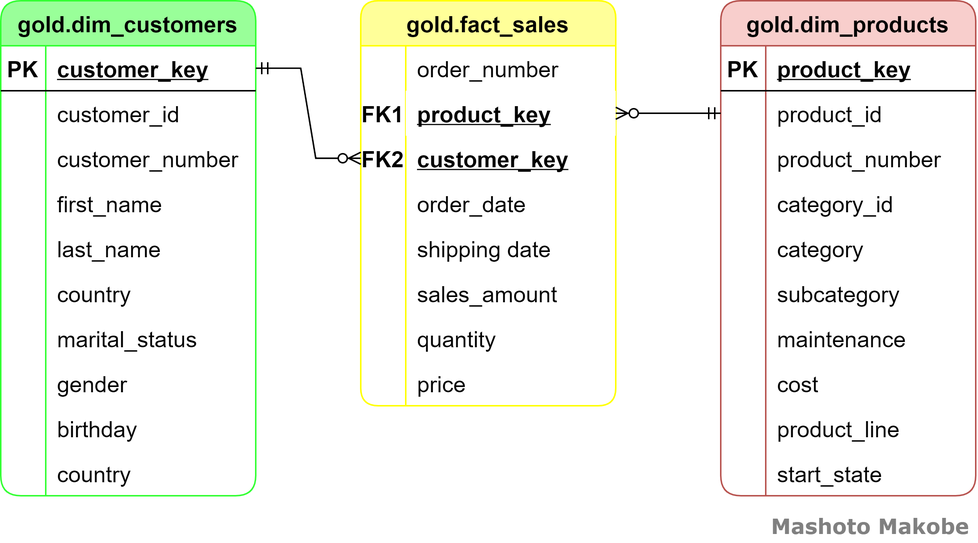
Above: docs/data_model.png in mmashoto/sql_data_warehouse_project (draw.io), before the change. Source tidied: cells renumbered, new cells last; positions are measured from the earlier drawing's top-left corner, leaving out a move shared by most shapes.
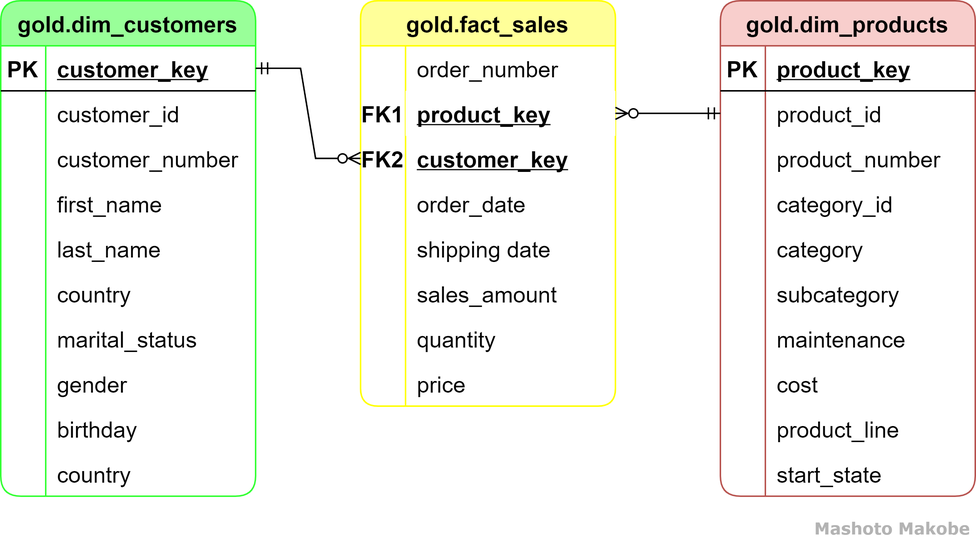
After the commit.

What changed in the source:
```diff
@@ -269,8 +269,8 @@
     <mxCell id="90" style="edgeStyle=entityRelationEdgeStyle;fontSize=12;html=1;endArrow=ERzeroToMany;startArrow=ERmandOne;rounded=0;" parent="1" edge="1" source="62" target="37">
       <mxGeometry relative="1" as="geometry" />
     </mxCell>
-    <mxCell id="91" value="Mashoto Makobe" style="text;html=1;strokeColor=none;fillColor=none;align=center;verticalAlign=middle;whiteSpace=wrap;rounded=0;fontSize=14;fontStyle=1;fontFamily=Verdana;fontColor=#808080;" parent="1" vertex="1">
-      <mxGeometry x="510" y="340" width="140" height="20" as="geometry" />
+    <mxCell id="91" value="&lt;font style=&quot;font-size: 11px&quot;&gt;Mashoto Makobe&lt;/font&gt;" style="text;html=1;strokeColor=none;fillColor=none;align=center;verticalAlign=middle;whiteSpace=wrap;rounded=0;fontSize=14;fontStyle=1;fontFamily=Verdana;fontColor=#B3B3B3;" parent="1" vertex="1">
+      <mxGeometry x="540" y="340" width="110" height="20" as="geometry" />
     </mxCell>
   </root>
 </mxGraphModel>
```
